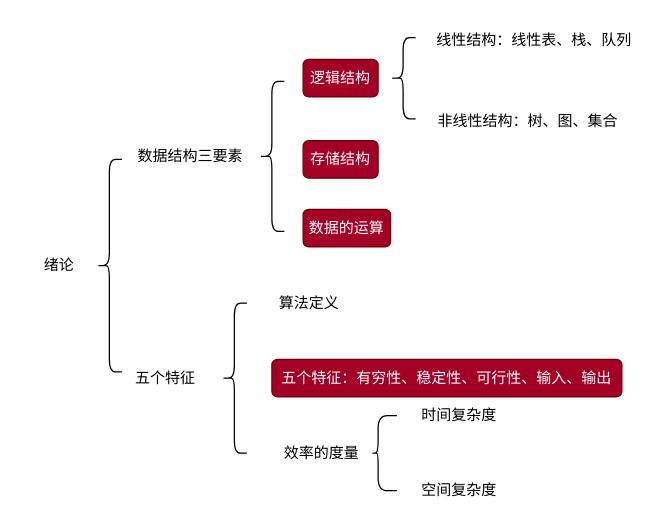
Above: pages/note/408/Data Structure/01绪论/images/绪论.drawio in wulalacho/wulalacho.github.io (draw.io), before the change. Source tidied: cells renumbered, new cells numbered last; positions are measured from the earlier drawing's top-left corner, leaving out a move shared by most shapes. Both pictures are drawn from the tidied source at 125%, with x=0, y=0 at pixel (21, 21).
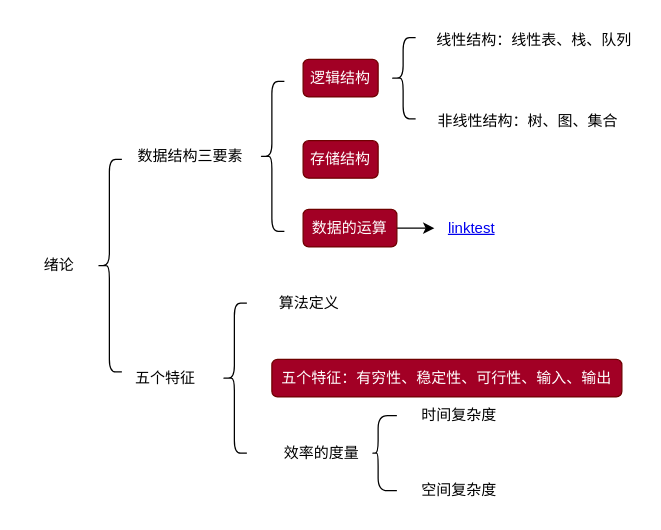
Above is the later version.

Diff of the diagram source:
```diff
@@
+    <mxCell id="20" style="edgeStyle=none;html=1;" parent="1" edge="1" source="8" target="21">
+      <mxGeometry relative="1" as="geometry" />
+    </mxCell>
     <mxCell id="8" value="数据的运算&lt;br&gt;" style="text;html=1;strokeColor=#6F0000;fillColor=#a20025;align=center;verticalAlign=middle;whiteSpace=wrap;rounded=1;fontColor=#ffffff;" parent="1" vertex="1">
-      <mxGeometry x="225" y="150" width="70" height="30" as="geometry" />
+      <mxGeometry x="225" y="150" width="75" height="30" as="geometry" />
     </mxCell>
@@
+    <mxCell id="21" value="linktest" style="text;html=1;strokeColor=none;fillColor=none;whiteSpace=wrap;align=center;verticalAlign=middle;fontColor=#0000EE;fontStyle=4;" parent="1" vertex="1">
+      <mxGeometry x="330" y="145" width="60" height="40" as="geometry" />
+    </mxCell>
```
